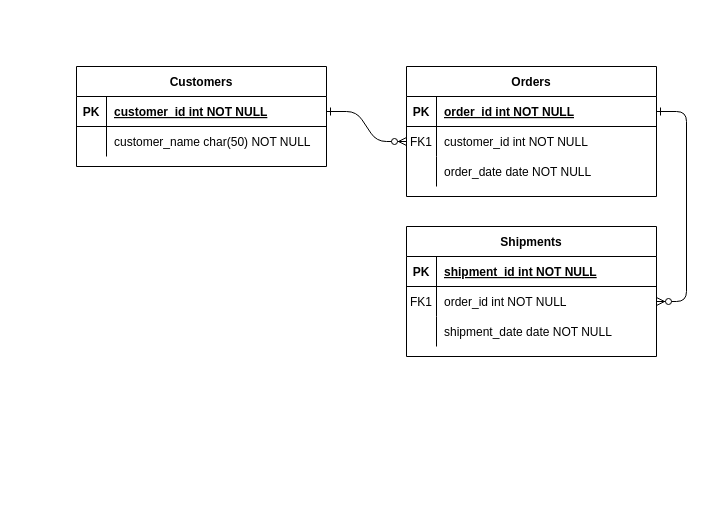
The draw.io diagram cscc/Unit_A_ER_Diagram.drawio in DakotaFannin/draw.io, before the edit. Source tidied: cells renumbered, new cells numbered last; positions are measured from the earlier drawing's top-left corner, leaving out a move shared by most shapes. Both pictures are drawn from the tidied source at 100%, with x=0, y=0 at pixel (76, 66).
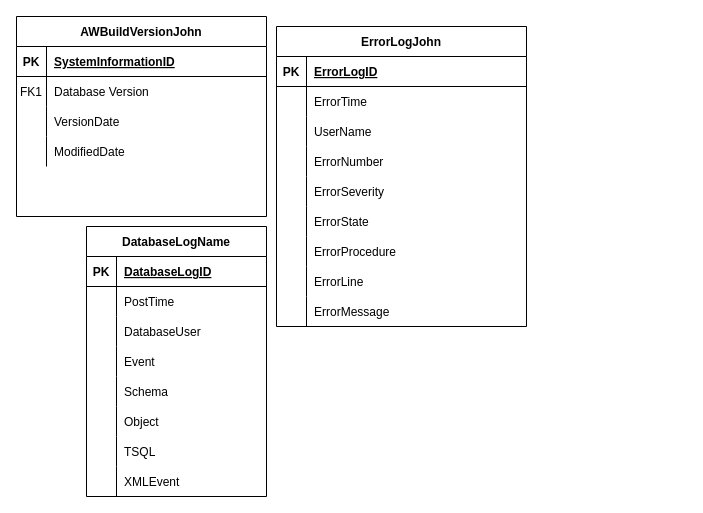
Above is the later version.

The change refers to these unchanged cells:
```xml
<mxCell id="5" style="shape=partialRectangle;fillColor=none;points=[[0,0.5],[1,0.5]];portConstraint=eastwest;top=0;left=0;right=0;bottom=1;" parent="4" vertex="1">
  <mxGeometry y="30" width="250" height="30" as="geometry" />
</mxCell>
<mxCell id="8" style="shape=partialRectangle;fillColor=none;points=[[0,0.5],[1,0.5]];portConstraint=eastwest;top=0;left=0;right=0;bottom=0;" parent="4" vertex="1">
  <mxGeometry y="60" width="250" height="30" as="geometry" />
</mxCell>
<mxCell id="11" style="shape=partialRectangle;fillColor=none;top=0;left=0;right=0;bottom=0;" parent="4" vertex="1">
  <mxGeometry y="90" width="250" height="30" as="geometry" />
</mxCell>
<mxCell id="15" style="shape=partialRectangle;fillColor=none;top=0;left=0;right=0;bottom=1;" parent="14" vertex="1">
  <mxGeometry y="30" width="250" height="30" as="geometry" />
</mxCell>
<mxCell id="18" style="shape=partialRectangle;fillColor=none;points=[[0,0.5],[1,0.5]];portConstraint=eastwest;top=0;left=0;right=0;bottom=0;" parent="14" vertex="1">
  <mxGeometry y="60" width="250" height="30" as="geometry" />
</mxCell>
<mxCell id="21" style="shape=partialRectangle;fillColor=none;top=0;left=0;right=0;bottom=0;" parent="14" vertex="1">
  <mxGeometry y="90" width="250" height="30" as="geometry" />
</mxCell>
```

Diff of the diagram source:
```diff
@@
-    <mxCell id="2" style="edgeStyle=entityRelationEdgeStyle;endArrow=ERzeroToMany;startArrow=ERone;endFill=1;startFill=0;" parent="1" edge="1" source="25" target="8">
-      <mxGeometry relative="1" as="geometry" />
-    </mxCell>
-    <mxCell id="3" style="edgeStyle=entityRelationEdgeStyle;endArrow=ERzeroToMany;startArrow=ERone;endFill=1;startFill=0;" parent="1" edge="1" source="5" target="18">
-      <mxGeometry relative="1" as="geometry" />
-    </mxCell>
-    <mxCell id="4" value="Orders" style="shape=table;startSize=30;childLayout=tableLayout;rowLines=0;fontStyle=1;align=center;" parent="1" vertex="1">
-      <mxGeometry x="330" width="250" height="130" as="geometry" />
+    <mxCell id="4" value="AWBuildVersionJohn" style="shape=table;startSize=30;childLayout=tableLayout;rowLines=0;fontStyle=1;align=center;" parent="1" vertex="1">
+      <mxGeometry x="-60" y="-50" width="250" height="200" as="geometry" />
     </mxCell>
@@
-    <mxCell id="7" value="order_id int NOT NULL " style="shape=partialRectangle;overflow=hidden;fillColor=none;top=0;left=0;bottom=0;right=0;align=left;spacingLeft=6;fontStyle=5;" parent="5" vertex="1">
+    <mxCell id="7" value="SystemInformationID" style="shape=partialRectangle;overflow=hidden;fillColor=none;top=0;left=0;bottom=0;right=0;align=left;spacingLeft=6;fontStyle=5;" parent="5" vertex="1">
       <mxGeometry x="30" width="220" height="30" as="geometry" />
     </mxCell>
@@
-    <mxCell id="10" value="customer_id int NOT NULL" style="shape=partialRectangle;overflow=hidden;fillColor=none;top=0;left=0;bottom=0;right=0;align=left;spacingLeft=6;" parent="8" vertex="1">
+    <mxCell id="10" value="Database Version" style="shape=partialRectangle;overflow=hidden;fillColor=none;top=0;left=0;bottom=0;right=0;align=left;spacingLeft=6;" parent="8" vertex="1">
       <mxGeometry x="30" width="220" height="30" as="geometry" />
     </mxCell>
@@
-    <mxCell id="13" value="order_date date NOT NULL" style="shape=partialRectangle;overflow=hidden;fillColor=none;top=0;left=0;bottom=0;right=0;align=left;spacingLeft=6;" parent="11" vertex="1">
+    <mxCell id="13" value="VersionDate" style="shape=partialRectangle;overflow=hidden;fillColor=none;top=0;left=0;bottom=0;right=0;align=left;spacingLeft=6;" parent="11" vertex="1">
       <mxGeometry x="30" width="220" height="30" as="geometry" />
     </mxCell>
+    <mxCell id="31" style="shape=partialRectangle;fillColor=none;top=0;left=0;right=0;bottom=0;" parent="4" vertex="1">
+      <mxGeometry y="120" width="250" height="30" as="geometry" />
+    </mxCell>
+    <mxCell id="32" style="shape=partialRectangle;overflow=hidden;fillColor=none;top=0;left=0;bottom=0;right=0;" parent="31" vertex="1">
+      <mxGeometry width="30" height="30" as="geometry" />
+    </mxCell>
+    <mxCell id="33" value="ModifiedDate" style="shape=partialRectangle;overflow=hidden;fillColor=none;top=0;left=0;bottom=0;right=0;align=left;spacingLeft=6;" parent="31" vertex="1">
+      <mxGeometry x="30" width="220" height="30" as="geometry" />
+    </mxCell>
-    <mxCell id="14" value="Shipments" style="shape=table;startSize=30;childLayout=tableLayout;rowLines=0;fontStyle=1;align=center;" parent="1" vertex="1">
-      <mxGeometry x="330" y="160" width="250" height="130" as="geometry" />
+    <mxCell id="14" value="ErrorLogJohn" style="shape=table;startSize=30;childLayout=tableLayout;rowLines=0;fontStyle=1;align=center;" parent="1" vertex="1">
+      <mxGeometry x="200" y="-40" width="250" height="300" as="geometry" />
     </mxCell>
@@
-    <mxCell id="17" value="shipment_id int NOT NULL " style="shape=partialRectangle;overflow=hidden;fillColor=none;top=0;left=0;bottom=0;right=0;align=left;spacingLeft=6;fontStyle=5;" parent="15" vertex="1">
+    <mxCell id="17" value="ErrorLogID" style="shape=partialRectangle;overflow=hidden;fillColor=none;top=0;left=0;bottom=0;right=0;align=left;spacingLeft=6;fontStyle=5;" parent="15" vertex="1">
       <mxGeometry x="30" width="220" height="30" as="geometry" />
     </mxCell>
@@
-    <mxCell id="19" value="FK1" style="shape=partialRectangle;overflow=hidden;fillColor=none;top=0;left=0;bottom=0;right=0;" parent="18" vertex="1">
+    <mxCell id="19" style="shape=partialRectangle;overflow=hidden;fillColor=none;top=0;left=0;bottom=0;right=0;" parent="18" vertex="1">
       <mxGeometry width="30" height="30" as="geometry" />
     </mxCell>
-    <mxCell id="20" value="order_id int NOT NULL" style="shape=partialRectangle;overflow=hidden;fillColor=none;top=0;left=0;bottom=0;right=0;align=left;spacingLeft=6;" parent="18" vertex="1">
+    <mxCell id="20" value="ErrorTime" style="shape=partialRectangle;overflow=hidden;fillColor=none;top=0;left=0;bottom=0;right=0;align=left;spacingLeft=6;" parent="18" vertex="1">
       <mxGeometry x="30" width="220" height="30" as="geometry" />
     </mxCell>
@@
-    <mxCell id="23" value="shipment_date date NOT NULL" style="shape=partialRectangle;overflow=hidden;fillColor=none;top=0;left=0;bottom=0;right=0;align=left;spacingLeft=6;" parent="21" vertex="1">
+    <mxCell id="23" value="UserName" style="shape=partialRectangle;overflow=hidden;fillColor=none;top=0;left=0;bottom=0;right=0;align=left;spacingLeft=6;" parent="21" vertex="1">
       <mxGeometry x="30" width="220" height="30" as="geometry" />
     </mxCell>
-    <mxCell id="24" value="Customers" style="shape=table;startSize=30;childLayout=tableLayout;rowLines=0;fontStyle=1;align=center;" parent="1" vertex="1">
-      <mxGeometry width="250" height="100" as="geometry" />
-    </mxCell>
-    <mxCell id="25" style="shape=partialRectangle;fillColor=none;points=[[0,0.5],[1,0.5]];portConstraint=eastwest;top=0;left=0;right=0;bottom=1;" parent="24" vertex="1">
-      <mxGeometry y="30" width="250" height="30" as="geometry" />
-    </mxCell>
+    <mxCell id="34" style="shape=partialRectangle;fillColor=none;top=0;left=0;right=0;bottom=0;" parent="14" vertex="1">
+      <mxGeometry y="120" width="250" height="30" as="geometry" />
+    </mxCell>
+    <mxCell id="35" style="shape=partialRectangle;overflow=hidden;fillColor=none;top=0;left=0;bottom=0;right=0;" parent="34" vertex="1">
+      <mxGeometry width="30" height="30" as="geometry" />
+    </mxCell>
+    <mxCell id="36" value="ErrorNumber" style="shape=partialRectangle;overflow=hidden;fillColor=none;top=0;left=0;bottom=0;right=0;align=left;spacingLeft=6;" parent="34" vertex="1">
+      <mxGeometry x="30" width="220" height="30" as="geometry" />
+    </mxCell>
+    <mxCell id="37" style="shape=partialRectangle;fillColor=none;top=0;left=0;right=0;bottom=0;" parent="14" vertex="1">
+      <mxGeometry y="150" width="250" height="30" as="geometry" />
+    </mxCell>
+    <mxCell id="38" style="shape=partialRectangle;overflow=hidden;fillColor=none;top=0;left=0;bottom=0;right=0;" parent="37" vertex="1">
+      <mxGeometry width="30" height="30" as="geometry" />
+    </mxCell>
+    <mxCell id="39" value="ErrorSeverity" style="shape=partialRectangle;overflow=hidden;fillColor=none;top=0;left=0;bottom=0;right=0;align=left;spacingLeft=6;" parent="37" vertex="1">
+      <mxGeometry x="30" width="220" height="30" as="geometry" />
+    </mxCell>
+    <mxCell id="40" style="shape=partialRectangle;fillColor=none;top=0;left=0;right=0;bottom=0;" parent="14" vertex="1">
+      <mxGeometry y="180" width="250" height="30" as="geometry" />
+    </mxCell>
+    <mxCell id="41" style="shape=partialRectangle;overflow=hidden;fillColor=none;top=0;left=0;bottom=0;right=0;" parent="40" vertex="1">
+      <mxGeometry width="30" height="30" as="geometry" />
+    </mxCell>
+    <mxCell id="42" value="ErrorState" style="shape=partialRectangle;overflow=hidden;fillColor=none;top=0;left=0;bottom=0;right=0;align=left;spacingLeft=6;" parent="40" vertex="1">
+      <mxGeometry x="30" width="220" height="30" as="geometry" />
+    </mxCell>
+    <mxCell id="43" style="shape=partialRectangle;fillColor=none;top=0;left=0;right=0;bottom=0;" parent="14" vertex="1">
+      <mxGeometry y="210" width="250" height="30" as="geometry" />
+    </mxCell>
+    <mxCell id="44" style="shape=partialRectangle;overflow=hidden;fillColor=none;top=0;left=0;bottom=0;right=0;" parent="43" vertex="1">
+      <mxGeometry width="30" height="30" as="geometry" />
+    </mxCell>
+    <mxCell id="45" value="ErrorProcedure" style="shape=partialRectangle;overflow=hidden;fillColor=none;top=0;left=0;bottom=0;right=0;align=left;spacingLeft=6;" parent="43" vertex="1">
+      <mxGeometry x="30" width="220" height="30" as="geometry" />
+    </mxCell>
+    <mxCell id="46" style="shape=partialRectangle;fillColor=none;top=0;left=0;right=0;bottom=0;" parent="14" vertex="1">
+      <mxGeometry y="240" width="250" height="30" as="geometry" />
+    </mxCell>
+    <mxCell id="47" style="shape=partialRectangle;overflow=hidden;fillColor=none;top=0;left=0;bottom=0;right=0;" parent="46" vertex="1">
+      <mxGeometry width="30" height="30" as="geometry" />
+    </mxCell>
+    <mxCell id="48" value="ErrorLine" style="shape=partialRectangle;overflow=hidden;fillColor=none;top=0;left=0;bottom=0;right=0;align=left;spacingLeft=6;" parent="46" vertex="1">
+      <mxGeometry x="30" width="220" height="30" as="geometry" />
+    </mxCell>
+    <mxCell id="49" style="shape=partialRectangle;fillColor=none;top=0;left=0;right=0;bottom=0;" parent="14" vertex="1">
+      <mxGeometry y="270" width="250" height="30" as="geometry" />
+    </mxCell>
+    <mxCell id="50" style="shape=partialRectangle;overflow=hidden;fillColor=none;top=0;left=0;bottom=0;right=0;" parent="49" vertex="1">
+      <mxGeometry width="30" height="30" as="geometry" />
+    </mxCell>
+    <mxCell id="51" value="ErrorMessage" style="shape=partialRectangle;overflow=hidden;fillColor=none;top=0;left=0;bottom=0;right=0;align=left;spacingLeft=6;" parent="49" vertex="1">
+      <mxGeometry x="30" width="220" height="30" as="geometry" />
+    </mxCell>
+    <mxCell id="52" value="DatabaseLogName" style="shape=table;startSize=30;childLayout=tableLayout;rowLines=0;fontStyle=1;align=center;" parent="1" vertex="1">
+      <mxGeometry x="10" y="160" width="180" height="270" as="geometry" />
+    </mxCell>
+    <mxCell id="53" style="shape=tableRow;horizontal=0;startSize=0;swimlaneHead=0;swimlaneBody=0;fillColor=none;top=0;left=0;right=0;bottom=1;" parent="52" vertex="1">
+      <mxGeometry y="30" width="180" height="30" as="geometry" />
+    </mxCell>
-    <mxCell id="26" value="PK" style="shape=partialRectangle;overflow=hidden;fillColor=none;top=0;left=0;bottom=0;right=0;fontStyle=1;" parent="25" vertex="1">
+    <mxCell id="26" value="PK" style="shape=partialRectangle;fillColor=none;top=0;left=0;bottom=0;right=0;fontStyle=1;overflow=hidden;" parent="53" vertex="1">
       <mxGeometry width="30" height="30" as="geometry" />
     </mxCell>
-    <mxCell id="27" value="customer_id int NOT NULL " style="shape=partialRectangle;overflow=hidden;fillColor=none;top=0;left=0;bottom=0;right=0;align=left;spacingLeft=6;fontStyle=5;" parent="25" vertex="1">
-      <mxGeometry x="30" width="220" height="30" as="geometry" />
-    </mxCell>
-    <mxCell id="28" style="shape=partialRectangle;fillColor=none;top=0;left=0;right=0;bottom=0;" parent="24" vertex="1">
-      <mxGeometry y="60" width="250" height="30" as="geometry" />
-    </mxCell>
-    <mxCell id="29" style="shape=partialRectangle;overflow=hidden;fillColor=none;top=0;left=0;bottom=0;right=0;" parent="28" vertex="1">
-      <mxGeometry width="30" height="30" as="geometry" />
-    </mxCell>
-    <mxCell id="30" value="customer_name char(50) NOT NULL" style="shape=partialRectangle;overflow=hidden;fillColor=none;top=0;left=0;bottom=0;right=0;align=left;spacingLeft=6;" parent="28" vertex="1">
-      <mxGeometry x="30" width="220" height="30" as="geometry" />
-    </mxCell>
+    <mxCell id="54" value="DatabaseLogID" style="shape=partialRectangle;fillColor=none;top=0;left=0;bottom=0;right=0;align=left;spacingLeft=6;fontStyle=5;overflow=hidden;" parent="53" vertex="1">
+      <mxGeometry x="30" width="150" height="30" as="geometry" />
+    </mxCell>
+    <mxCell id="55" style="shape=tableRow;horizontal=0;startSize=0;swimlaneHead=0;swimlaneBody=0;fillColor=none;top=0;left=0;right=0;bottom=0;" parent="52" vertex="1">
+      <mxGeometry y="60" width="180" height="30" as="geometry" />
+    </mxCell>
+    <mxCell id="56" style="shape=partialRectangle;fillColor=none;top=0;left=0;bottom=0;right=0;overflow=hidden;" parent="55" vertex="1">
+      <mxGeometry width="30" height="30" as="geometry" />
+    </mxCell>
+    <mxCell id="57" value="PostTime" style="shape=partialRectangle;fillColor=none;top=0;left=0;bottom=0;right=0;align=left;spacingLeft=6;overflow=hidden;" parent="55" vertex="1">
+      <mxGeometry x="30" width="150" height="30" as="geometry" />
+    </mxCell>
+    <mxCell id="58" style="shape=tableRow;horizontal=0;startSize=0;swimlaneHead=0;swimlaneBody=0;fillColor=none;top=0;left=0;right=0;bottom=0;" parent="52" vertex="1">
+      <mxGeometry y="90" width="180" height="30" as="geometry" />
+    </mxCell>
+    <mxCell id="59" style="shape=partialRectangle;fillColor=none;top=0;left=0;bottom=0;right=0;overflow=hidden;" parent="58" vertex="1">
+      <mxGeometry width="30" height="30" as="geometry" />
+    </mxCell>
+    <mxCell id="60" value="DatabaseUser" style="shape=partialRectangle;fillColor=none;top=0;left=0;bottom=0;right=0;align=left;spacingLeft=6;overflow=hidden;" parent="58" vertex="1">
+      <mxGeometry x="30" width="150" height="30" as="geometry" />
+    </mxCell>
+    <mxCell id="61" style="shape=tableRow;horizontal=0;startSize=0;swimlaneHead=0;swimlaneBody=0;fillColor=none;top=0;left=0;right=0;bottom=0;" parent="52" vertex="1">
+      <mxGeometry y="120" width="180" height="30" as="geometry" />
+    </mxCell>
+    <mxCell id="62" style="shape=partialRectangle;fillColor=none;top=0;left=0;bottom=0;right=0;overflow=hidden;" parent="61" vertex="1">
+      <mxGeometry width="30" height="30" as="geometry" />
+    </mxCell>
+    <mxCell id="63" value="Event" style="shape=partialRectangle;fillColor=none;top=0;left=0;bottom=0;right=0;align=left;spacingLeft=6;overflow=hidden;" parent="61" vertex="1">
+      <mxGeometry x="30" width="150" height="30" as="geometry" />
+    </mxCell>
+    <mxCell id="64" style="shape=tableRow;horizontal=0;startSize=0;swimlaneHead=0;swimlaneBody=0;fillColor=none;top=0;left=0;right=0;bottom=0;" parent="52" vertex="1">
+      <mxGeometry y="150" width="180" height="30" as="geometry" />
+    </mxCell>
+    <mxCell id="65" style="shape=partialRectangle;fillColor=none;top=0;left=0;bottom=0;right=0;overflow=hidden;" parent="64" vertex="1">
+      <mxGeometry width="30" height="30" as="geometry" />
+    </mxCell>
+    <mxCell id="66" value="Schema" style="shape=partialRectangle;fillColor=none;top=0;left=0;bottom=0;right=0;align=left;spacingLeft=6;overflow=hidden;" parent="64" vertex="1">
+      <mxGeometry x="30" width="150" height="30" as="geometry" />
+    </mxCell>
+    <mxCell id="67" style="shape=tableRow;horizontal=0;startSize=0;swimlaneHead=0;swimlaneBody=0;fillColor=none;top=0;left=0;right=0;bottom=0;" parent="52" vertex="1">
+      <mxGeometry y="180" width="180" height="30" as="geometry" />
+    </mxCell>
+    <mxCell id="68" style="shape=partialRectangle;fillColor=none;top=0;left=0;bottom=0;right=0;overflow=hidden;" parent="67" vertex="1">
+      <mxGeometry width="30" height="30" as="geometry" />
+    </mxCell>
+    <mxCell id="69" value="Object" style="shape=partialRectangle;fillColor=none;top=0;left=0;bottom=0;right=0;align=left;spacingLeft=6;overflow=hidden;" parent="67" vertex="1">
+      <mxGeometry x="30" width="150" height="30" as="geometry" />
+    </mxCell>
+    <mxCell id="70" style="shape=tableRow;horizontal=0;startSize=0;swimlaneHead=0;swimlaneBody=0;fillColor=none;top=0;left=0;right=0;bottom=0;" parent="52" vertex="1">
+      <mxGeometry y="210" width="180" height="30" as="geometry" />
+    </mxCell>
+    <mxCell id="71" style="shape=partialRectangle;fillColor=none;top=0;left=0;bottom=0;right=0;overflow=hidden;" parent="70" vertex="1">
+      <mxGeometry width="30" height="30" as="geometry" />
+    </mxCell>
+    <mxCell id="72" value="TSQL" style="shape=partialRectangle;fillColor=none;top=0;left=0;bottom=0;right=0;align=left;spacingLeft=6;overflow=hidden;" parent="70" vertex="1">
+      <mxGeometry x="30" width="150" height="30" as="geometry" />
+    </mxCell>
+    <mxCell id="73" style="shape=tableRow;horizontal=0;startSize=0;swimlaneHead=0;swimlaneBody=0;fillColor=none;top=0;left=0;right=0;bottom=0;" parent="52" vertex="1">
+      <mxGeometry y="240" width="180" height="30" as="geometry" />
+    </mxCell>
+    <mxCell id="74" style="shape=partialRectangle;fillColor=none;top=0;left=0;bottom=0;right=0;overflow=hidden;" parent="73" vertex="1">
+      <mxGeometry width="30" height="30" as="geometry" />
+    </mxCell>
+    <mxCell id="75" value="XMLEvent" style="shape=partialRectangle;fillColor=none;top=0;left=0;bottom=0;right=0;align=left;spacingLeft=6;overflow=hidden;" parent="73" vertex="1">
+      <mxGeometry x="30" width="150" height="30" as="geometry" />
+    </mxCell>
```
